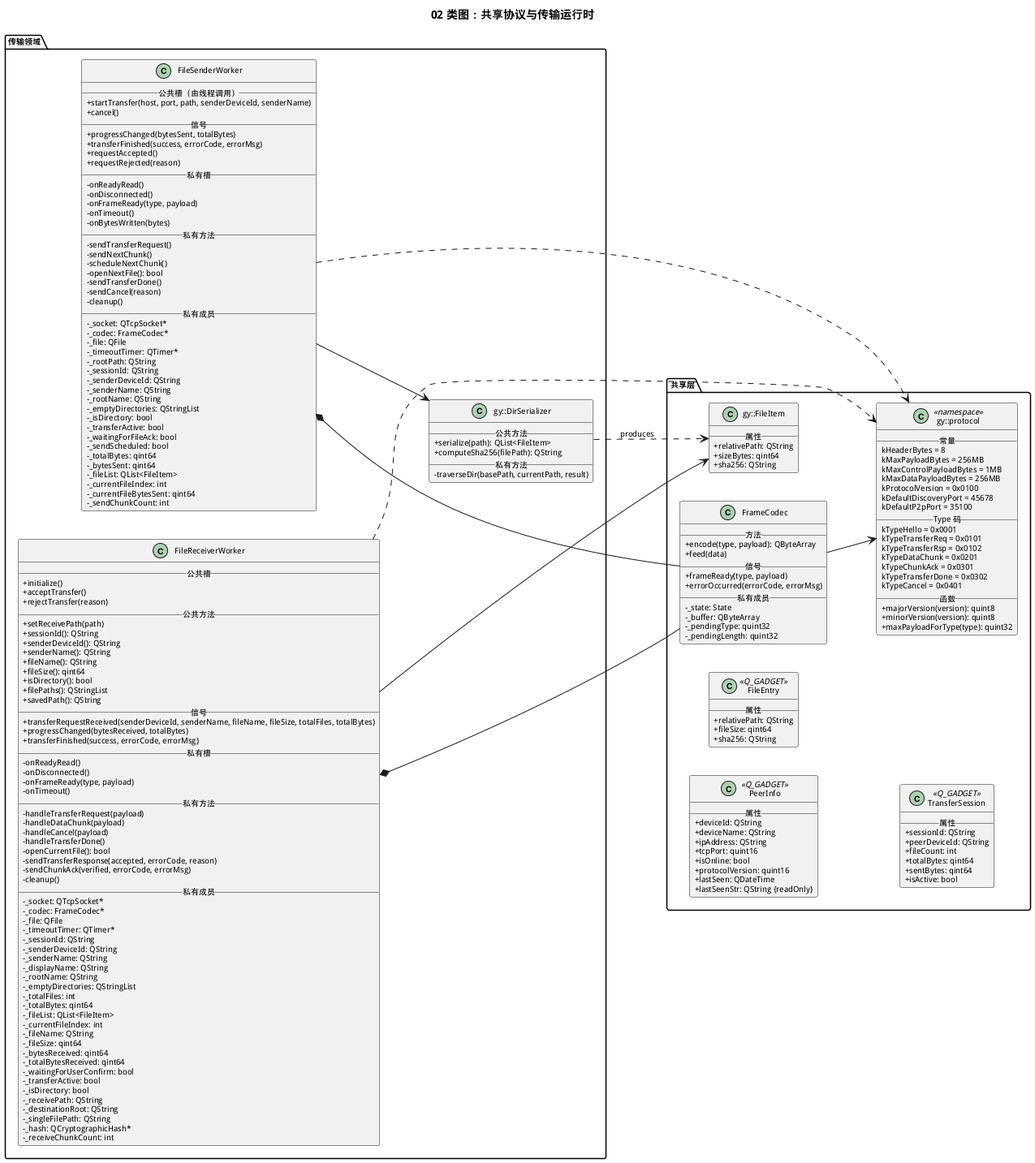
Gsheep0729/GridYard keeps this PlantUML diagram as doc/diagrams/rendered/02-类图-共享协议与传输运行时.png. Above is the earlier version.
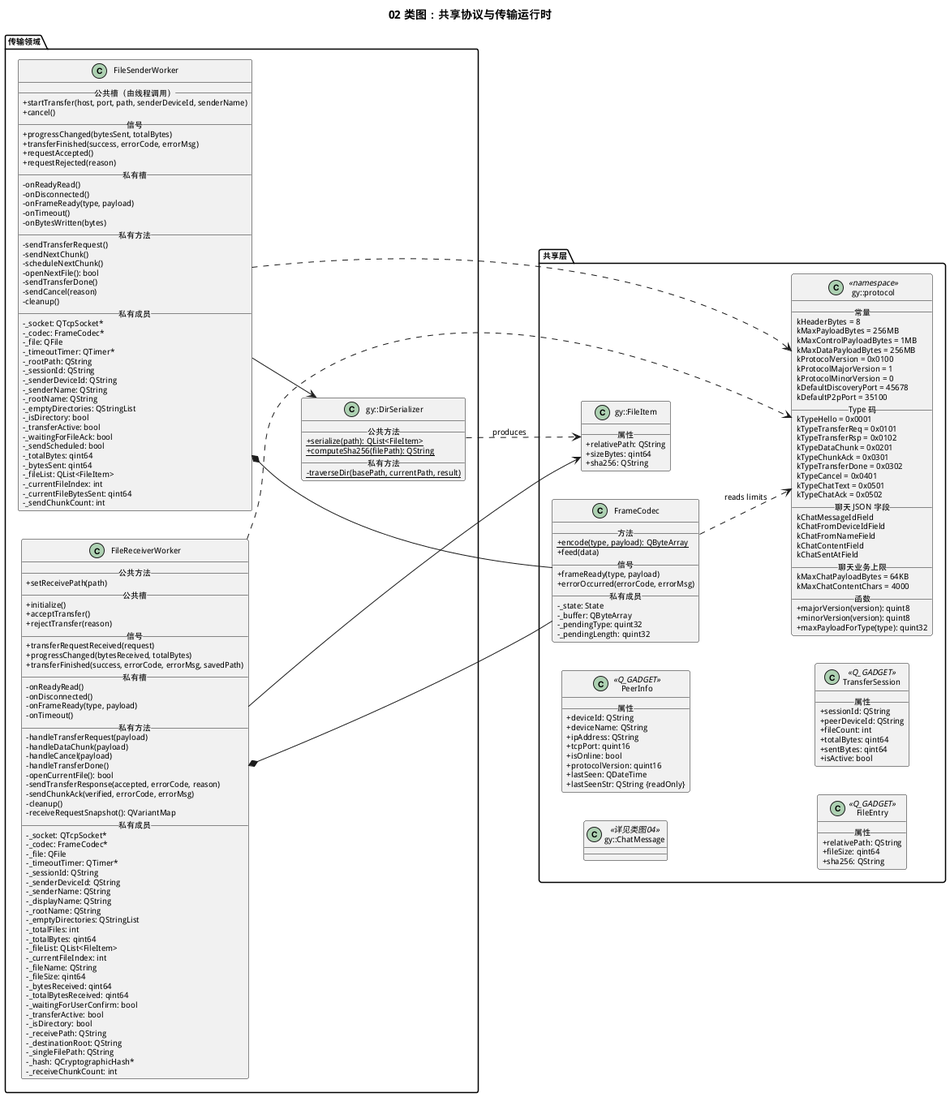
After the commit.

What changed in the source:
```diff
@@ -15,6 +15,8 @@
     kMaxControlPayloadBytes = 1MB
     kMaxDataPayloadBytes = 256MB
     kProtocolVersion = 0x0100
+    kProtocolMajorVersion = 1
+    kProtocolMinorVersion = 0
     kDefaultDiscoveryPort = 45678
     kDefaultP2pPort = 35100
     __Type 码__
@@ -25,15 +27,28 @@
     kTypeChunkAck = 0x0301
     kTypeTransferDone = 0x0302
     kTypeCancel = 0x0401
+    kTypeChatText = 0x0501
+    kTypeChatAck = 0x0502
+    __聊天 JSON 字段__
+    kChatMessageIdField
+    kChatFromDeviceIdField
+    kChatFromNameField
+    kChatContentField
+    kChatSentAtField
+    __聊天业务上限__
+    kMaxChatPayloadBytes = 64KB
+    kMaxChatContentChars = 4000
     __函数__
     +majorVersion(version): quint8
     +minorVersion(version): quint8
     +maxPayloadForType(type): quint32
   }
 
+  class "gy::ChatMessage" as ChatMessage <<详见类图04>>
+
   class FrameCodec {
     __方法__
-    +encode(type, payload): QByteArray
+    +encode(type, payload): QByteArray {static}
     +feed(data)
     __信号__
     +frameReady(type, payload)
@@ -130,24 +145,16 @@
   }
 
   class FileReceiverWorker {
+    __公共方法__
+    +setReceivePath(path)
     __公共槽__
     +initialize()
     +acceptTransfer()
     +rejectTransfer(reason)
-    __公共方法__
-    +setReceivePath(path)
-    +sessionId(): QString
-    +senderDeviceId(): QString
-    +senderName(): QString
-    +fileName(): QString
-    +fileSize(): qint64
-    +isDirectory(): bool
-    +filePaths(): QStringList
-    +savedPath(): QString
     __信号__
-    +transferRequestReceived(senderDeviceId, senderName, fileName, fileSize, totalFiles, totalBytes)
+    +transferRequestReceived(request)
     +progressChanged(bytesReceived, totalBytes)
-    +transferFinished(success, errorCode, errorMsg)
+    +transferFinished(success, errorCode, errorMsg, savedPath)
     __私有槽__
     -onReadyRead()
     -onDisconnected()
@@ -162,6 +169,7 @@
     -sendTransferResponse(accepted, errorCode, reason)
     -sendChunkAck(verified, errorCode, errorMsg)
     -cleanup()
+    -receiveRequestSnapshot(): QVariantMap
     __私有成员__
     -_socket: QTcpSocket*
     -_codec: FrameCodec*
@@ -193,14 +201,14 @@
 
   class "gy::DirSerializer" as DirSerializer {
     __公共方法__
-    +serialize(path): QList<FileItem>
-    +computeSha256(filePath): QString
+    +serialize(path): QList<FileItem> {static}
+    +computeSha256(filePath): QString {static}
     __私有方法__
-    -traverseDir(basePath, currentPath, result)
+    -traverseDir(basePath, currentPath, result) {static}
   }
 }
 
-FrameCodec --> Protocol
+FrameCodec ..> Protocol : reads limits
 FileSenderWorker *-- FrameCodec
 FileReceiverWorker *-- FrameCodec
 FileSenderWorker --> DirSerializer
```
